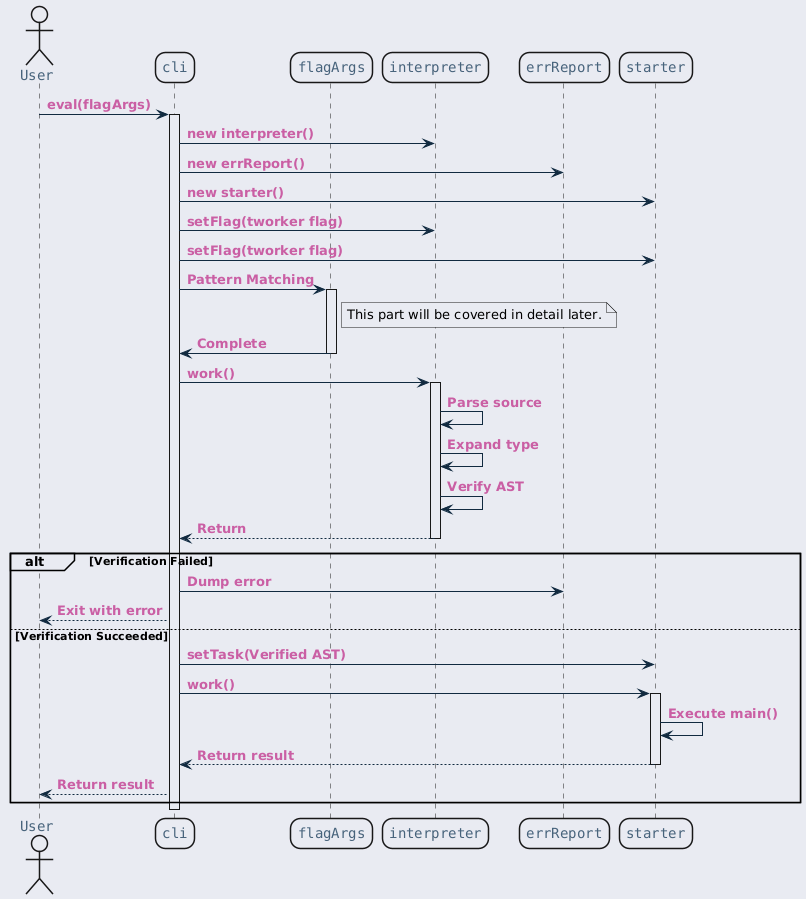
This is ref/generated/ko/inline_umlgraph_40.png from byeolang/website, a PlantUML export, as it was before one commit.
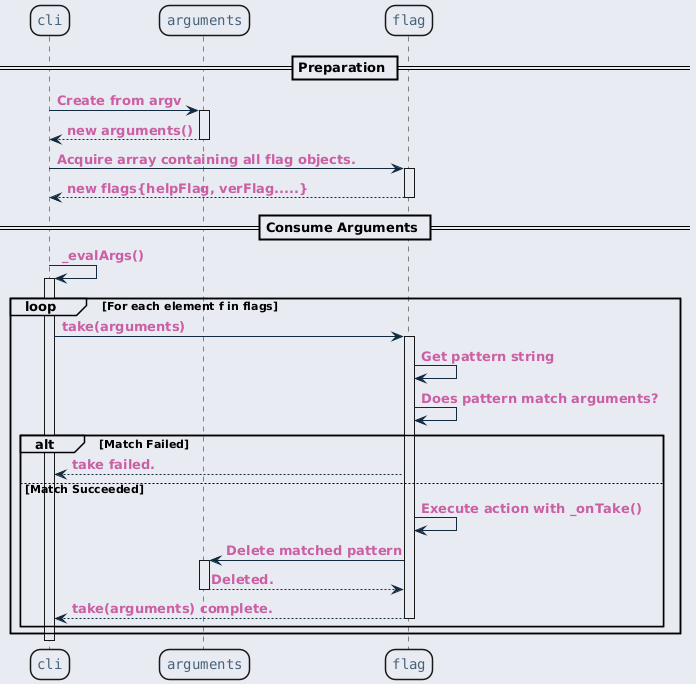
Above is the later version.

Change to the diagram source:
```diff
@@ -23,52 +23,44 @@
     }
 }
 </style>
-actor User
-participant "cli" as cli
-participant "flagArgs" as flags
-participant "interpreter" as ip
-participant "errReport" as report
-participant "starter" as st
+participant "cli" as c
+participant "arguments" as a
+participant "flag" as f
 
-User -> cli : eval(flagArgs)
-activate cli
+== Preparation ==
 
-cli -> ip : new interpreter()
-cli -> report : new errReport()
-cli -> st : new starter()
+c -> a: Create from argv
+activate a
+a --> c: new arguments()
+deactivate a
 
-cli -> ip : setFlag(tworker flag)
-cli -> st : setFlag(tworker flag)
+c -> f: Acquire array containing all flag objects.
+activate f
+f --> c: new flags{helpFlag, verFlag.....}
+deactivate f
 
-cli -> flags : Pattern Matching
-activate flags
-note right of flags
-  This part will be covered in detail later.
-end note
-flags -> cli: Complete
-deactivate flags
 
-cli -> ip : work()
-activate ip
-ip -> ip : Parse source
-ip -> ip : Expand type
-ip -> ip : Verify AST
-ip --> cli : Return
-deactivate ip
+== Consume Arguments ==
 
-alt Verification Failed
-    cli -> report : Dump error
-    cli --> User : Exit with error
-else Verification Succeeded
-    cli -> st : setTask(Verified AST)
-    cli -> st : work()
-    activate st
-    st -> st : Execute main()
-    st --> cli : Return result
-    deactivate st
+c -> c: _evalArgs()
+activate c
 
-    cli --> User : Return result
+loop For each element f in flags
+  c -> f: take(arguments)
+  activate f
+  f -> f: Get pattern string
+  f -> f: Does pattern match arguments?
+  alt Match Failed
+    f --> c: take failed.
+  else Match Succeeded
+    f -> f: Execute action with _onTake()
+    f -> a: Delete matched pattern
+    activate a
+    a --> f: Deleted.
+    deactivate a
+    f --> c: take(arguments) complete.
+    deactivate f
+  end
 end
-
-deactivate cli
+deactivate c
 @enduml
```
